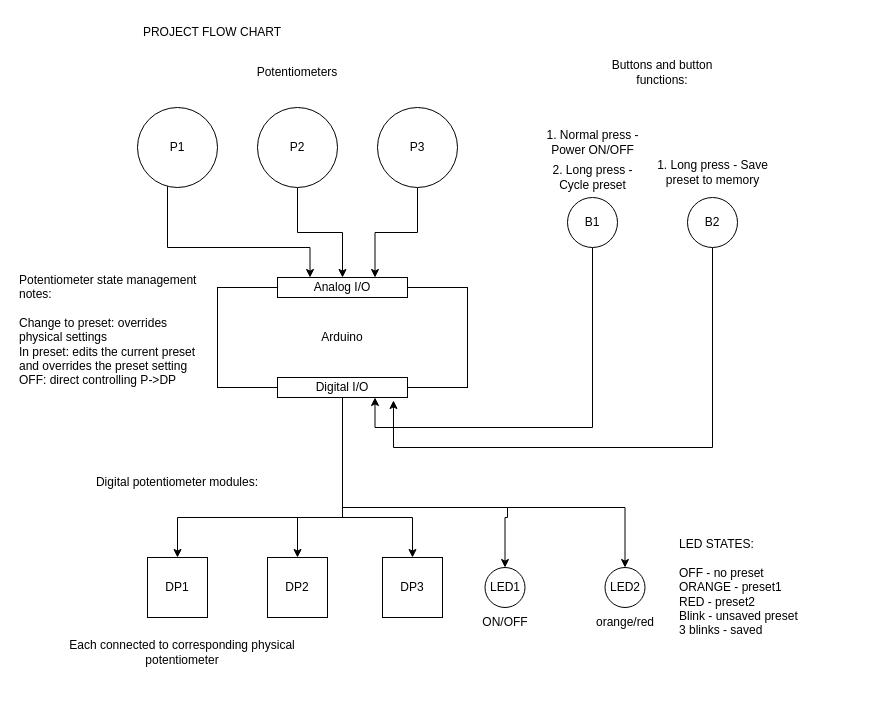
Earlier version of the draw.io diagram pedal_project_flow_chart.drawio (hansimb/pedal-controller-prototype). Source tidied: cells renumbered, new cells numbered last; positions are measured from the earlier drawing's top-left corner, leaving out a move shared by most shapes. Both pictures are drawn from the tidied source at 100%, with x=0, y=0 at pixel (17, 17).
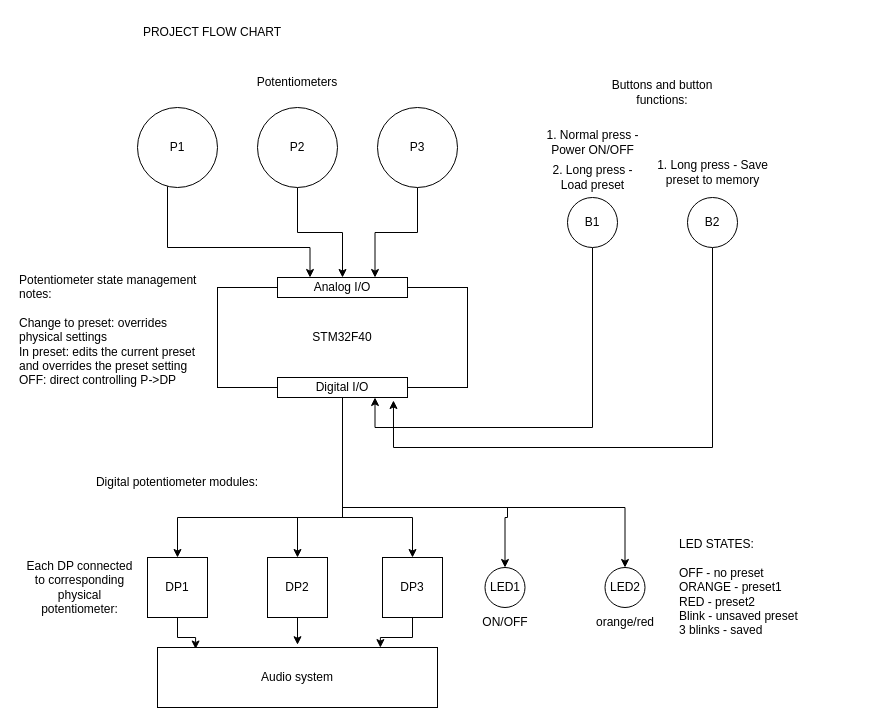
Above is the later version.

Unchanged cells that the change refers to:
```xml
<mxCell id="27" value="DP1" style="whiteSpace=wrap;html=1;" parent="1" vertex="1">
  <mxGeometry x="130" y="540" width="60" height="60" as="geometry" />
</mxCell>
<mxCell id="28" value="DP2" style="whiteSpace=wrap;html=1;" parent="1" vertex="1">
  <mxGeometry x="250" y="540" width="60" height="60" as="geometry" />
</mxCell>
<mxCell id="29" value="DP3" style="whiteSpace=wrap;html=1;" parent="1" vertex="1">
  <mxGeometry x="365" y="540" width="60" height="60" as="geometry" />
</mxCell>
```

The edit, as a diff of the source:
```diff
@@
     <mxCell id="8" value="Potentiometers" style="text;html=1;whiteSpace=wrap;strokeColor=none;fillColor=none;align=center;verticalAlign=middle;rounded=0;" parent="1" vertex="1">
-      <mxGeometry x="250" y="40" width="60" height="30" as="geometry" />
+      <mxGeometry x="250" y="50" width="60" height="30" as="geometry" />
     </mxCell>
-    <mxCell id="9" value="Arduino" style="rounded=0;whiteSpace=wrap;html=1;" parent="1" vertex="1">
+    <mxCell id="9" value="STM32F40" style="rounded=0;whiteSpace=wrap;html=1;" parent="1" vertex="1">
       <mxGeometry x="200" y="270" width="250" height="100" as="geometry" />
     </mxCell>
@@
     <mxCell id="15" value="Buttons and button functions:" style="text;html=1;whiteSpace=wrap;strokeColor=none;fillColor=none;align=center;verticalAlign=middle;rounded=0;" parent="1" vertex="1">
-      <mxGeometry x="570" y="40" width="150" height="30" as="geometry" />
+      <mxGeometry x="570" y="60" width="150" height="30" as="geometry" />
     </mxCell>
@@
-    <mxCell id="17" value="2. Long press - Cycle preset" style="text;html=1;whiteSpace=wrap;strokeColor=none;fillColor=none;align=center;verticalAlign=middle;rounded=0;" parent="1" vertex="1">
-      <mxGeometry x="517.5" y="145" width="115" height="30" as="geometry" />
+    <mxCell id="17" value="2. Long press - Load preset" style="text;html=1;whiteSpace=wrap;strokeColor=none;fillColor=none;align=center;verticalAlign=middle;rounded=0;" parent="1" vertex="1">
+      <mxGeometry x="523.8" y="145" width="102.5" height="30" as="geometry" />
     </mxCell>
@@
-    <mxCell id="30" value="Each connected to corresponding physical potentiometer" style="text;html=1;whiteSpace=wrap;strokeColor=none;fillColor=none;align=center;verticalAlign=middle;rounded=0;" parent="1" vertex="1">
-      <mxGeometry x="20" y="620" width="290" height="30" as="geometry" />
+    <mxCell id="30" value="Each DP connected to corresponding physical potentiometer:" style="text;html=1;whiteSpace=wrap;strokeColor=none;fillColor=none;align=center;verticalAlign=middle;rounded=0;" parent="1" vertex="1">
+      <mxGeometry x="5" y="520" width="115" height="100" as="geometry" />
     </mxCell>
@@
+    <mxCell id="37" value="Audio system" style="rounded=0;whiteSpace=wrap;html=1;" parent="1" vertex="1">
+      <mxGeometry x="140" y="630" width="280" height="60" as="geometry" />
+    </mxCell>
+    <mxCell id="38" style="edgeStyle=orthogonalEdgeStyle;rounded=0;jettySize=auto;html=1;entryX=0.136;entryY=0.025;entryDx=0;entryDy=0;entryPerimeter=0;" parent="1" edge="1" source="27" target="37">
+      <mxGeometry relative="1" as="geometry" />
+    </mxCell>
+    <mxCell id="39" style="edgeStyle=orthogonalEdgeStyle;rounded=0;jettySize=auto;html=1;entryX=0.5;entryY=-0.046;entryDx=0;entryDy=0;entryPerimeter=0;" parent="1" edge="1" source="28" target="37">
+      <mxGeometry relative="1" as="geometry" />
+    </mxCell>
+    <mxCell id="40" style="edgeStyle=orthogonalEdgeStyle;rounded=0;jettySize=auto;html=1;entryX=0.796;entryY=0.002;entryDx=0;entryDy=0;entryPerimeter=0;" parent="1" edge="1" source="29" target="37">
+      <mxGeometry relative="1" as="geometry" />
+    </mxCell>
```
